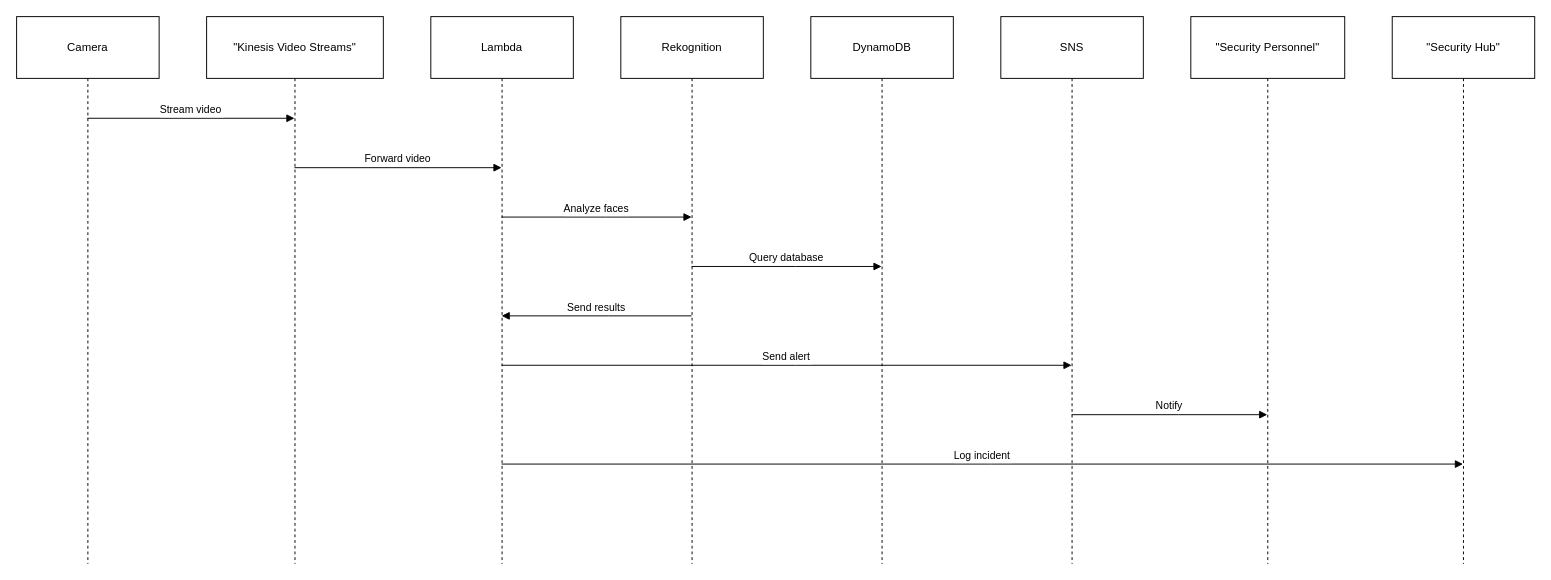
This is page "Face Recognition" (10 of 11) of CheckBalanceDiagram.drawio from rajeevattu/starter-rest-api, a draw.io file, before an edit. Source tidied: cells renumbered, new cells numbered last; positions are measured from the earlier drawing's top-left corner, leaving out a move shared by most shapes. Both pictures are drawn from the tidied source at 95%, with x=0, y=0 at pixel (16, 16).
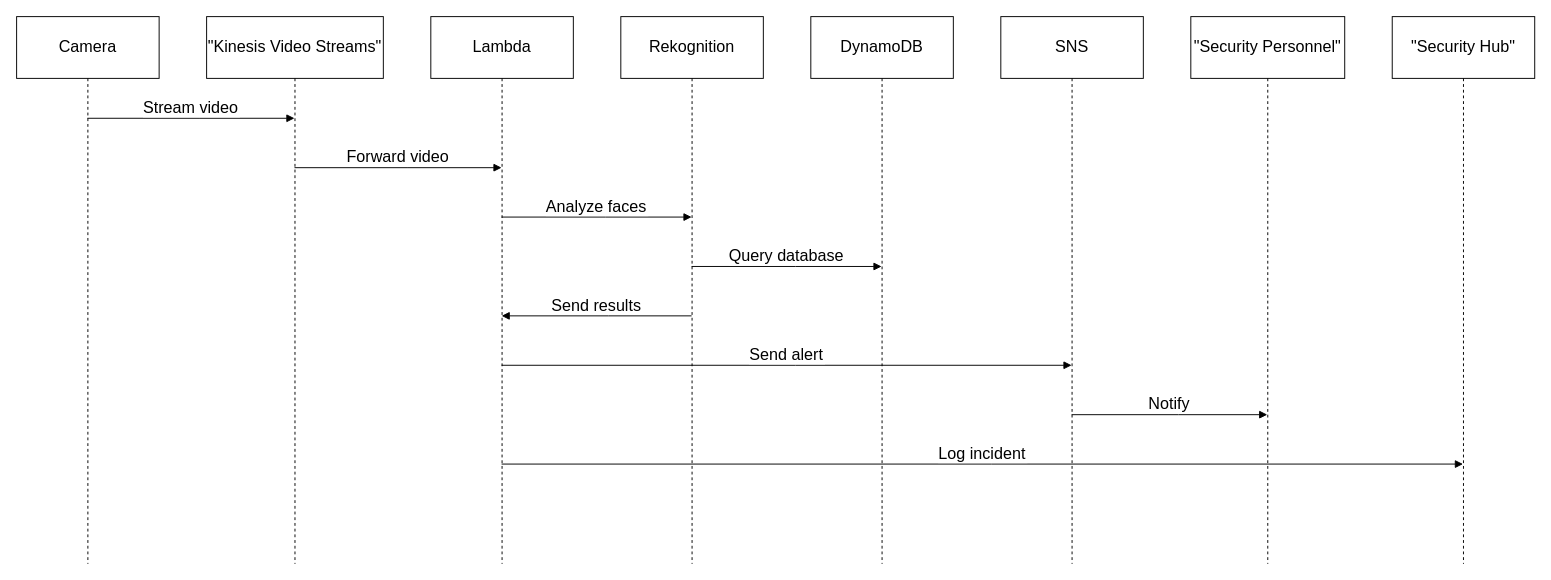
The same page after the edit.

The edit, as a diff of the source:
```diff
@@
-    <mxCell id="2" value="Camera" style="shape=umlLifeline;perimeter=lifelinePerimeter;whiteSpace=wrap;outlineConnect=0;portConstraint=eastwest;newEdgeStyle={&quot;edgeStyle&quot;:&quot;elbowEdgeStyle&quot;,&quot;elbow&quot;:&quot;vertical&quot;,&quot;curved&quot;:0,&quot;rounded&quot;:0};size=65;" parent="1" vertex="1">
+    <mxCell id="2" value="Camera" style="shape=umlLifeline;perimeter=lifelinePerimeter;whiteSpace=wrap;outlineConnect=0;portConstraint=eastwest;newEdgeStyle={&quot;edgeStyle&quot;:&quot;elbowEdgeStyle&quot;,&quot;elbow&quot;:&quot;vertical&quot;,&quot;curved&quot;:0,&quot;rounded&quot;:0};size=65;fontSize=17;" parent="1" vertex="1">
       <mxGeometry width="150" height="576" as="geometry" />
     </mxCell>
-    <mxCell id="3" value="&quot;Kinesis Video Streams&quot;" style="shape=umlLifeline;perimeter=lifelinePerimeter;whiteSpace=wrap;outlineConnect=0;portConstraint=eastwest;newEdgeStyle={&quot;edgeStyle&quot;:&quot;elbowEdgeStyle&quot;,&quot;elbow&quot;:&quot;vertical&quot;,&quot;curved&quot;:0,&quot;rounded&quot;:0};size=65;" parent="1" vertex="1">
+    <mxCell id="3" value="&quot;Kinesis Video Streams&quot;" style="shape=umlLifeline;perimeter=lifelinePerimeter;whiteSpace=wrap;outlineConnect=0;portConstraint=eastwest;newEdgeStyle={&quot;edgeStyle&quot;:&quot;elbowEdgeStyle&quot;,&quot;elbow&quot;:&quot;vertical&quot;,&quot;curved&quot;:0,&quot;rounded&quot;:0};size=65;fontSize=17;" parent="1" vertex="1">
       <mxGeometry x="200" width="186" height="576" as="geometry" />
     </mxCell>
-    <mxCell id="4" value="Lambda" style="shape=umlLifeline;perimeter=lifelinePerimeter;whiteSpace=wrap;outlineConnect=0;portConstraint=eastwest;newEdgeStyle={&quot;edgeStyle&quot;:&quot;elbowEdgeStyle&quot;,&quot;elbow&quot;:&quot;vertical&quot;,&quot;curved&quot;:0,&quot;rounded&quot;:0};size=65;" parent="1" vertex="1">
+    <mxCell id="4" value="Lambda" style="shape=umlLifeline;perimeter=lifelinePerimeter;whiteSpace=wrap;outlineConnect=0;portConstraint=eastwest;newEdgeStyle={&quot;edgeStyle&quot;:&quot;elbowEdgeStyle&quot;,&quot;elbow&quot;:&quot;vertical&quot;,&quot;curved&quot;:0,&quot;rounded&quot;:0};size=65;fontSize=17;" parent="1" vertex="1">
       <mxGeometry x="436" width="150" height="576" as="geometry" />
     </mxCell>
-    <mxCell id="5" value="Rekognition" style="shape=umlLifeline;perimeter=lifelinePerimeter;whiteSpace=wrap;outlineConnect=0;portConstraint=eastwest;newEdgeStyle={&quot;edgeStyle&quot;:&quot;elbowEdgeStyle&quot;,&quot;elbow&quot;:&quot;vertical&quot;,&quot;curved&quot;:0,&quot;rounded&quot;:0};size=65;" parent="1" vertex="1">
+    <mxCell id="5" value="Rekognition" style="shape=umlLifeline;perimeter=lifelinePerimeter;whiteSpace=wrap;outlineConnect=0;portConstraint=eastwest;newEdgeStyle={&quot;edgeStyle&quot;:&quot;elbowEdgeStyle&quot;,&quot;elbow&quot;:&quot;vertical&quot;,&quot;curved&quot;:0,&quot;rounded&quot;:0};size=65;fontSize=17;" parent="1" vertex="1">
       <mxGeometry x="636" width="150" height="576" as="geometry" />
     </mxCell>
-    <mxCell id="6" value="DynamoDB" style="shape=umlLifeline;perimeter=lifelinePerimeter;whiteSpace=wrap;outlineConnect=0;portConstraint=eastwest;newEdgeStyle={&quot;edgeStyle&quot;:&quot;elbowEdgeStyle&quot;,&quot;elbow&quot;:&quot;vertical&quot;,&quot;curved&quot;:0,&quot;rounded&quot;:0};size=65;" parent="1" vertex="1">
+    <mxCell id="6" value="DynamoDB" style="shape=umlLifeline;perimeter=lifelinePerimeter;whiteSpace=wrap;outlineConnect=0;portConstraint=eastwest;newEdgeStyle={&quot;edgeStyle&quot;:&quot;elbowEdgeStyle&quot;,&quot;elbow&quot;:&quot;vertical&quot;,&quot;curved&quot;:0,&quot;rounded&quot;:0};size=65;fontSize=17;" parent="1" vertex="1">
       <mxGeometry x="836" width="150" height="576" as="geometry" />
     </mxCell>
-    <mxCell id="7" value="SNS" style="shape=umlLifeline;perimeter=lifelinePerimeter;whiteSpace=wrap;outlineConnect=0;portConstraint=eastwest;newEdgeStyle={&quot;edgeStyle&quot;:&quot;elbowEdgeStyle&quot;,&quot;elbow&quot;:&quot;vertical&quot;,&quot;curved&quot;:0,&quot;rounded&quot;:0};size=65;" parent="1" vertex="1">
+    <mxCell id="7" value="SNS" style="shape=umlLifeline;perimeter=lifelinePerimeter;whiteSpace=wrap;outlineConnect=0;portConstraint=eastwest;newEdgeStyle={&quot;edgeStyle&quot;:&quot;elbowEdgeStyle&quot;,&quot;elbow&quot;:&quot;vertical&quot;,&quot;curved&quot;:0,&quot;rounded&quot;:0};size=65;fontSize=17;" parent="1" vertex="1">
       <mxGeometry x="1036" width="150" height="576" as="geometry" />
     </mxCell>
-    <mxCell id="8" value="&quot;Security Personnel&quot;" style="shape=umlLifeline;perimeter=lifelinePerimeter;whiteSpace=wrap;outlineConnect=0;portConstraint=eastwest;newEdgeStyle={&quot;edgeStyle&quot;:&quot;elbowEdgeStyle&quot;,&quot;elbow&quot;:&quot;vertical&quot;,&quot;curved&quot;:0,&quot;rounded&quot;:0};size=65;" parent="1" vertex="1">
+    <mxCell id="8" value="&quot;Security Personnel&quot;" style="shape=umlLifeline;perimeter=lifelinePerimeter;whiteSpace=wrap;outlineConnect=0;portConstraint=eastwest;newEdgeStyle={&quot;edgeStyle&quot;:&quot;elbowEdgeStyle&quot;,&quot;elbow&quot;:&quot;vertical&quot;,&quot;curved&quot;:0,&quot;rounded&quot;:0};size=65;fontSize=17;" parent="1" vertex="1">
       <mxGeometry x="1236" width="162" height="576" as="geometry" />
     </mxCell>
-    <mxCell id="9" value="&quot;Security Hub&quot;" style="shape=umlLifeline;perimeter=lifelinePerimeter;whiteSpace=wrap;outlineConnect=0;portConstraint=eastwest;newEdgeStyle={&quot;edgeStyle&quot;:&quot;elbowEdgeStyle&quot;,&quot;elbow&quot;:&quot;vertical&quot;,&quot;curved&quot;:0,&quot;rounded&quot;:0};size=65;" parent="1" vertex="1">
+    <mxCell id="9" value="&quot;Security Hub&quot;" style="shape=umlLifeline;perimeter=lifelinePerimeter;whiteSpace=wrap;outlineConnect=0;portConstraint=eastwest;newEdgeStyle={&quot;edgeStyle&quot;:&quot;elbowEdgeStyle&quot;,&quot;elbow&quot;:&quot;vertical&quot;,&quot;curved&quot;:0,&quot;rounded&quot;:0};size=65;fontSize=17;" parent="1" vertex="1">
       <mxGeometry x="1448" width="150" height="576" as="geometry" />
     </mxCell>
-    <mxCell id="10" value="Stream video" style="verticalAlign=bottom;endArrow=block;edgeStyle=elbowEdgeStyle;elbow=vertical;curved=0;rounded=0;" parent="1" edge="1" source="2" target="3">
+    <mxCell id="10" value="Stream video" style="verticalAlign=bottom;endArrow=block;edgeStyle=elbowEdgeStyle;elbow=vertical;curved=0;rounded=0;fontSize=17;" parent="1" edge="1" source="2" target="3">
       <mxGeometry relative="1" as="geometry">
         <Array as="points">
           <mxPoint x="193" y="107" />
         </Array>
       </mxGeometry>
     </mxCell>
-    <mxCell id="11" value="Forward video" style="verticalAlign=bottom;endArrow=block;edgeStyle=elbowEdgeStyle;elbow=vertical;curved=0;rounded=0;" parent="1" edge="1" source="3" target="4">
+    <mxCell id="11" value="Forward video" style="verticalAlign=bottom;endArrow=block;edgeStyle=elbowEdgeStyle;elbow=vertical;curved=0;rounded=0;fontSize=17;" parent="1" edge="1" source="3" target="4">
       <mxGeometry relative="1" as="geometry">
         <Array as="points">
           <mxPoint x="411" y="159" />
         </Array>
       </mxGeometry>
     </mxCell>
-    <mxCell id="12" value="Analyze faces" style="verticalAlign=bottom;endArrow=block;edgeStyle=elbowEdgeStyle;elbow=vertical;curved=0;rounded=0;" parent="1" edge="1" source="4" target="5">
+    <mxCell id="12" value="Analyze faces" style="verticalAlign=bottom;endArrow=block;edgeStyle=elbowEdgeStyle;elbow=vertical;curved=0;rounded=0;fontSize=17;" parent="1" edge="1" source="4" target="5">
       <mxGeometry relative="1" as="geometry">
         <Array as="points">
           <mxPoint x="620" y="211" />
         </Array>
       </mxGeometry>
     </mxCell>
-    <mxCell id="13" value="Query database" style="verticalAlign=bottom;endArrow=block;edgeStyle=elbowEdgeStyle;elbow=vertical;curved=0;rounded=0;" parent="1" edge="1" source="5" target="6">
+    <mxCell id="13" value="Query database" style="verticalAlign=bottom;endArrow=block;edgeStyle=elbowEdgeStyle;elbow=vertical;curved=0;rounded=0;fontSize=17;" parent="1" edge="1" source="5" target="6">
       <mxGeometry relative="1" as="geometry">
         <Array as="points">
           <mxPoint x="820" y="263" />
         </Array>
       </mxGeometry>
     </mxCell>
-    <mxCell id="14" value="Send results" style="verticalAlign=bottom;endArrow=block;edgeStyle=elbowEdgeStyle;elbow=vertical;curved=0;rounded=0;" parent="1" edge="1" source="5" target="4">
+    <mxCell id="14" value="Send results" style="verticalAlign=bottom;endArrow=block;edgeStyle=elbowEdgeStyle;elbow=vertical;curved=0;rounded=0;fontSize=17;" parent="1" edge="1" source="5" target="4">
       <mxGeometry relative="1" as="geometry">
         <Array as="points">
           <mxPoint x="623" y="315" />
         </Array>
       </mxGeometry>
     </mxCell>
-    <mxCell id="15" value="Send alert" style="verticalAlign=bottom;endArrow=block;edgeStyle=elbowEdgeStyle;elbow=vertical;curved=0;rounded=0;" parent="1" edge="1" source="4" target="7">
+    <mxCell id="15" value="Send alert" style="verticalAlign=bottom;endArrow=block;edgeStyle=elbowEdgeStyle;elbow=vertical;curved=0;rounded=0;fontSize=17;" parent="1" edge="1" source="4" target="7">
       <mxGeometry relative="1" as="geometry">
         <Array as="points">
           <mxPoint x="820" y="367" />
         </Array>
       </mxGeometry>
     </mxCell>
-    <mxCell id="16" value="Notify" style="verticalAlign=bottom;endArrow=block;edgeStyle=elbowEdgeStyle;elbow=vertical;curved=0;rounded=0;" parent="1" edge="1" source="7" target="8">
+    <mxCell id="16" value="Notify" style="verticalAlign=bottom;endArrow=block;edgeStyle=elbowEdgeStyle;elbow=vertical;curved=0;rounded=0;fontSize=17;" parent="1" edge="1" source="7" target="8">
       <mxGeometry relative="1" as="geometry">
         <Array as="points">
           <mxPoint x="1223" y="419" />
         </Array>
       </mxGeometry>
     </mxCell>
-    <mxCell id="17" value="Log incident" style="verticalAlign=bottom;endArrow=block;edgeStyle=elbowEdgeStyle;elbow=vertical;curved=0;rounded=0;" parent="1" edge="1" source="4" target="9">
+    <mxCell id="17" value="Log incident" style="verticalAlign=bottom;endArrow=block;edgeStyle=elbowEdgeStyle;elbow=vertical;curved=0;rounded=0;fontSize=17;" parent="1" edge="1" source="4" target="9">
       <mxGeometry relative="1" as="geometry">
         <Array as="points">
           <mxPoint x="1026" y="471" />
         </Array>
       </mxGeometry>
     </mxCell>
```
